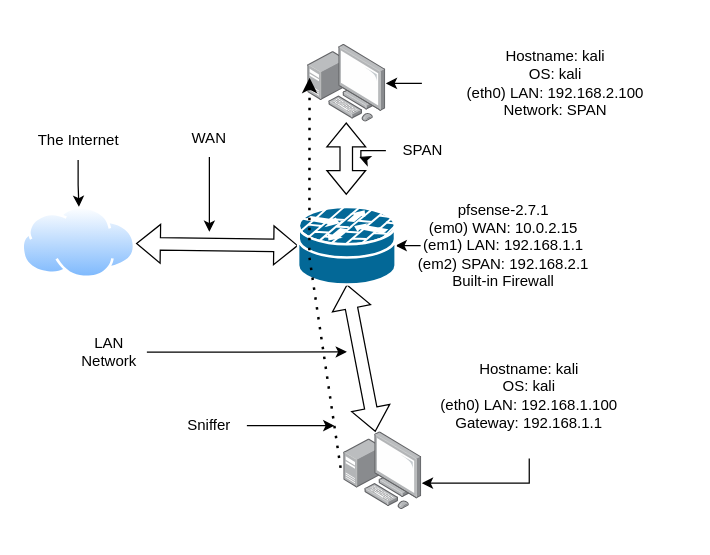
Above: lab9.drawio in Z-Zachattack/Ops-301 (draw.io), before the change. Source tidied: cells renumbered, new cells numbered last; positions are measured from the earlier drawing's top-left corner, leaving out a move shared by most shapes. Both pictures are drawn from the tidied source at 125%, with x=0, y=0 at pixel (21, 20).
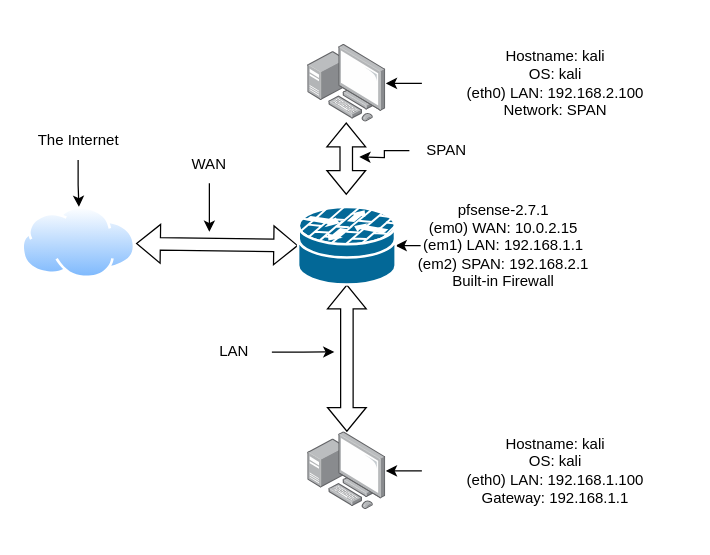
The same page after the edit.

The change refers to these unchanged cells:
```xml
<mxCell id="13" style="image;points=[];html=1;align=center;shadow=0;dashed=0;image=img/lib/allied_telesis/computer_and_terminals/Personal_Computer_with_Server.svg;" parent="1" vertex="1">
  <mxGeometry x="228.8" y="19" width="62.4" height="62.4" as="geometry" />
</mxCell>
```

Change to the diagram source:
```diff
@@
     <mxCell id="2" style="image;points=[];html=1;align=center;shadow=0;dashed=0;image=img/lib/allied_telesis/computer_and_terminals/Personal_Computer_with_Server.svg;" parent="1" vertex="1">
-      <mxGeometry x="257.6" y="329" width="62.4" height="62.4" as="geometry" />
+      <mxGeometry x="228.8" y="329" width="62.4" height="62.4" as="geometry" />
     </mxCell>
@@
     <mxCell id="7" value="Hostname: kali&lt;br&gt;OS: kali&lt;br&gt;(eth0) LAN: 192.168.1.100&lt;br&gt;Gateway: 192.168.1.1" style="text;html=1;strokeColor=none;fillColor=none;align=center;verticalAlign=middle;whiteSpace=wrap;rounded=0;" parent="1" vertex="1">
-      <mxGeometry x="299" y="250.2" width="213.8" height="100" as="geometry" />
+      <mxGeometry x="320" y="310.2" width="213.8" height="100" as="geometry" />
     </mxCell>
@@
-    <mxCell id="17" style="endArrow=classic;dashed=1;html=1;dashPattern=1 3;strokeWidth=2;rounded=0;exitX=-0.042;exitY=0.462;exitDx=0;exitDy=0;exitPerimeter=0;entryX=0.022;entryY=0.429;entryDx=0;entryDy=0;entryPerimeter=0;startArrow=none;startFill=0;endFill=1;" parent="1" edge="1" source="2" target="13">
-      <mxGeometry relative="1" as="geometry">
-        <Array as="points">
-          <mxPoint x="230" y="189" />
-        </Array>
-      </mxGeometry>
-    </mxCell>
-    <mxCell id="18" style="edgeStyle=orthogonalEdgeStyle;rounded=0;jettySize=auto;html=1;" parent="1" edge="1" source="19">
-      <mxGeometry relative="1" as="geometry">
-        <mxPoint x="250" y="324" as="targetPoint" />
-      </mxGeometry>
-    </mxCell>
-    <mxCell id="19" value="Sniffer" style="text;html=1;strokeColor=none;fillColor=none;align=center;verticalAlign=middle;whiteSpace=wrap;rounded=0;" parent="1" vertex="1">
-      <mxGeometry x="120" y="309" width="60" height="30" as="geometry" />
-    </mxCell>
@@
     <mxCell id="21" value="SPAN" style="text;html=1;strokeColor=none;fillColor=none;align=center;verticalAlign=middle;whiteSpace=wrap;rounded=0;" parent="1" vertex="1">
-      <mxGeometry x="291.2" y="89" width="60" height="30" as="geometry" />
+      <mxGeometry x="310" y="89" width="60" height="30" as="geometry" />
     </mxCell>
     <mxCell id="22" style="edgeStyle=orthogonalEdgeStyle;rounded=0;jettySize=auto;html=1;" parent="1" edge="1" source="23">
       <mxGeometry relative="1" as="geometry">
-        <mxPoint x="260" y="265" as="targetPoint" />
+        <mxPoint x="250" y="265" as="targetPoint" />
       </mxGeometry>
     </mxCell>
-    <mxCell id="23" value="LAN Network" style="text;html=1;strokeColor=none;fillColor=none;align=center;verticalAlign=middle;whiteSpace=wrap;rounded=0;" parent="1" vertex="1">
-      <mxGeometry x="40" y="250.2" width="60" height="30" as="geometry" />
+    <mxCell id="23" value="LAN" style="text;html=1;strokeColor=none;fillColor=none;align=center;verticalAlign=middle;whiteSpace=wrap;rounded=0;" parent="1" vertex="1">
+      <mxGeometry x="140" y="250.2" width="60" height="30" as="geometry" />
     </mxCell>
@@
     <mxCell id="25" value="WAN" style="text;html=1;strokeColor=none;fillColor=none;align=center;verticalAlign=middle;whiteSpace=wrap;rounded=0;" parent="1" vertex="1">
-      <mxGeometry x="120" y="79" width="60" height="30" as="geometry" />
+      <mxGeometry x="120" y="100" width="60" height="30" as="geometry" />
     </mxCell>
```
